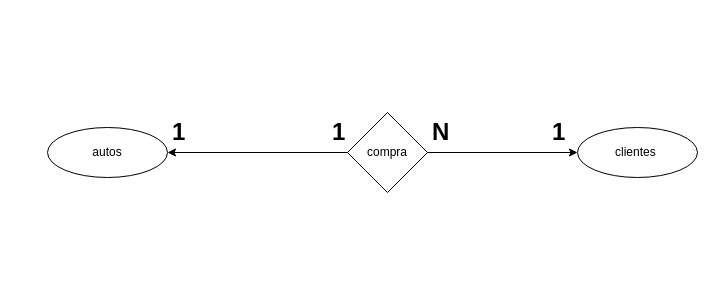
The draw.io diagram Diagrama sin título.drawio in jhibrancodigo07/B-datos_0.2, before the edit. Source tidied: cells renumbered, new cells numbered last; positions are measured from the earlier drawing's top-left corner, leaving out a move shared by most shapes. Both pictures are drawn from the tidied source at 100%, with x=0, y=0 at pixel (47, 112).
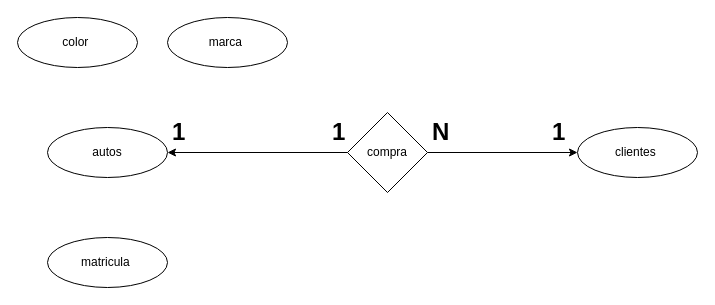
The same page after the edit.

Diff of the diagram source:
```diff
@@
 <mxGraphModel>
   <root>
     <mxCell id="0" />
     <mxCell id="1" parent="0" />
     <mxCell id="2" value="autos" style="ellipse;whiteSpace=wrap;html=1;" parent="1" vertex="1">
       <mxGeometry y="15" width="120" height="50" as="geometry" />
     </mxCell>
     <mxCell id="3" value="clientes&amp;nbsp;" style="ellipse;whiteSpace=wrap;html=1;" parent="1" vertex="1">
       <mxGeometry x="530" y="15" width="120" height="50" as="geometry" />
     </mxCell>
     <mxCell id="4" style="endArrow=classic;html=1;rounded=0;entryX=0;entryY=0.5;entryDx=0;entryDy=0;" parent="1" edge="1" target="3">
       <mxGeometry relative="1" as="geometry">
         <mxPoint x="380" y="40" as="sourcePoint" />
       </mxGeometry>
     </mxCell>
     <mxCell id="5" value="compra" style="rhombus;whiteSpace=wrap;html=1;" parent="1" vertex="1">
       <mxGeometry x="300" width="80" height="80" as="geometry" />
     </mxCell>
     <mxCell id="6" style="endArrow=classic;html=1;rounded=0;entryX=1;entryY=0.5;entryDx=0;entryDy=0;exitX=0;exitY=0.5;exitDx=0;exitDy=0;" parent="1" edge="1" source="5" target="2">
       <mxGeometry relative="1" as="geometry" />
     </mxCell>
     <mxCell id="7" value="&lt;h1&gt;1&lt;/h1&gt;" style="text;html=1;strokeColor=none;fillColor=none;spacing=5;spacingTop=-20;whiteSpace=wrap;overflow=hidden;rounded=0;" parent="1" vertex="1">
       <mxGeometry x="500" width="30" height="40" as="geometry" />
     </mxCell>
     <mxCell id="8" value="&lt;h1&gt;N&lt;/h1&gt;" style="text;html=1;strokeColor=none;fillColor=none;spacing=5;spacingTop=-20;whiteSpace=wrap;overflow=hidden;rounded=0;" parent="1" vertex="1">
       <mxGeometry x="380" width="30" height="40" as="geometry" />
     </mxCell>
     <mxCell id="9" value="&lt;h1&gt;1&lt;/h1&gt;" style="text;html=1;strokeColor=none;fillColor=none;spacing=5;spacingTop=-20;whiteSpace=wrap;overflow=hidden;rounded=0;" parent="1" vertex="1">
       <mxGeometry x="120" width="30" height="40" as="geometry" />
     </mxCell>
     <mxCell id="10" value="&lt;h1&gt;1&lt;/h1&gt;" style="text;html=1;strokeColor=none;fillColor=none;spacing=5;spacingTop=-20;whiteSpace=wrap;overflow=hidden;rounded=0;" parent="1" vertex="1">
       <mxGeometry x="280" width="30" height="40" as="geometry" />
     </mxCell>
+    <mxCell id="11" value="color&amp;nbsp;" style="ellipse;whiteSpace=wrap;html=1;" parent="1" vertex="1">
+      <mxGeometry x="-30" y="-95" width="120" height="50" as="geometry" />
+    </mxCell>
+    <mxCell id="12" value="marca&amp;nbsp;" style="ellipse;whiteSpace=wrap;html=1;" parent="1" vertex="1">
+      <mxGeometry x="120" y="-95" width="120" height="50" as="geometry" />
+    </mxCell>
+    <mxCell id="13" value="matricula&amp;nbsp;" style="ellipse;whiteSpace=wrap;html=1;" parent="1" vertex="1">
+      <mxGeometry y="125" width="120" height="50" as="geometry" />
+    </mxCell>
   </root>
 </mxGraphModel>
```
